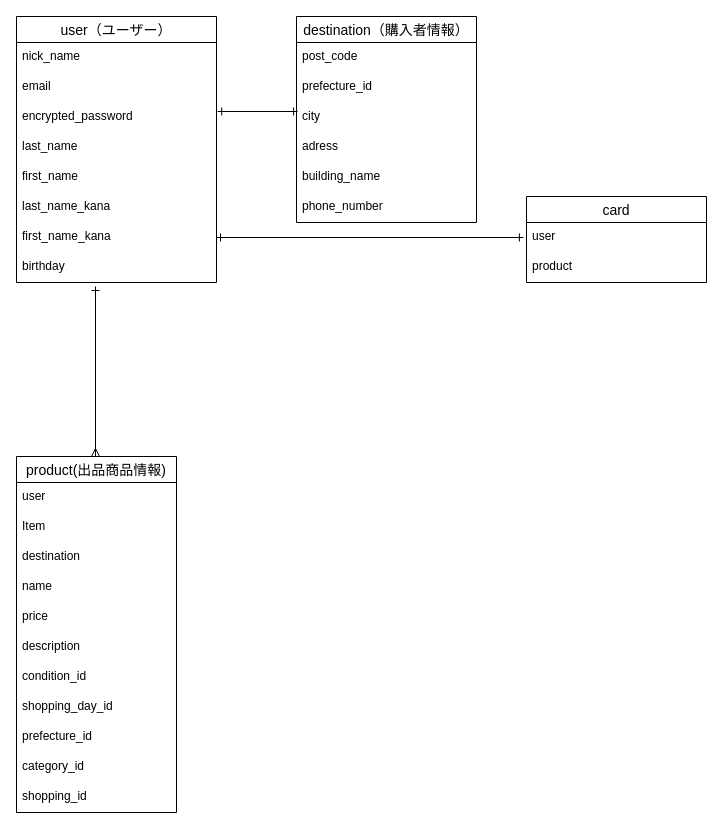
This is Furima.dio from yk-kasshi/furima-39089, a draw.io file, before an edit. Source tidied: cells renumbered, new cells numbered last; positions are measured from the earlier drawing's top-left corner, leaving out a move shared by most shapes. Both pictures are drawn from the tidied source at 100%, with x=0, y=0 at pixel (16, 16).
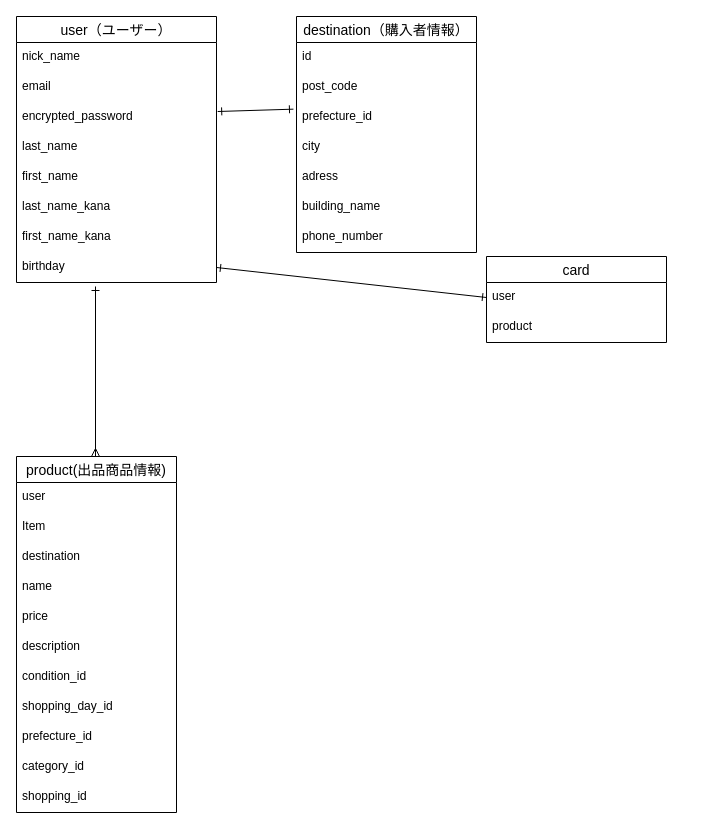
The same diagram, later.

Commit message (it also covers changes not shown here):
データベース設計の修正７

The change refers to these unchanged cells:
```xml
<mxCell id="5" value="encrypted_password" style="text;strokeColor=none;fillColor=none;spacingLeft=4;spacingRight=4;overflow=hidden;points=[[0,0.5],[1,0.5]];portConstraint=eastwest;fontSize=12;rounded=0;" parent="2" vertex="1">
  <mxGeometry y="86" width="200" height="30" as="geometry" />
</mxCell>
<mxCell id="9" value="first_name_kana" style="text;strokeColor=none;fillColor=none;spacingLeft=4;spacingRight=4;overflow=hidden;points=[[0,0.5],[1,0.5]];portConstraint=eastwest;fontSize=12;" parent="2" vertex="1">
  <mxGeometry y="206" width="200" height="30" as="geometry" />
</mxCell>
<mxCell id="10" value="birthday" style="text;strokeColor=none;fillColor=none;spacingLeft=4;spacingRight=4;overflow=hidden;points=[[0,0.5],[1,0.5]];portConstraint=eastwest;fontSize=12;rounded=0;" parent="2" vertex="1">
  <mxGeometry y="236" width="200" height="30" as="geometry" />
</mxCell>
<mxCell id="33" value="user" style="text;strokeColor=none;fillColor=none;spacingLeft=4;spacingRight=4;overflow=hidden;points=[[0,0.5],[1,0.5]];portConstraint=eastwest;fontSize=12;" parent="32" vertex="1">
  <mxGeometry y="26" width="180" height="30" as="geometry" />
</mxCell>
```

What changed in the source:
```diff
@@
     <mxCell id="24" value="destination（購入者情報）" style="swimlane;fontStyle=0;horizontal=1;startSize=26;align=center;fontSize=14;rounded=0;" parent="1" vertex="1">
-      <mxGeometry x="280" width="180" height="206" as="geometry" />
+      <mxGeometry x="280" width="180" height="236" as="geometry" />
     </mxCell>
+    <mxCell id="36" value="id" style="text;strokeColor=none;fillColor=none;spacingLeft=4;spacingRight=4;overflow=hidden;fontSize=12;" parent="24" vertex="1">
+      <mxGeometry y="26" width="180" height="30" as="geometry" />
+    </mxCell>
     <mxCell id="25" value="post_code" style="text;strokeColor=none;fillColor=none;spacingLeft=4;spacingRight=4;overflow=hidden;fontSize=12;rounded=0;" parent="24" vertex="1">
-      <mxGeometry y="26" width="180" height="30" as="geometry" />
+      <mxGeometry y="56" width="180" height="30" as="geometry" />
     </mxCell>
     <mxCell id="26" value="prefecture_id" style="text;strokeColor=none;fillColor=none;spacingLeft=4;spacingRight=4;overflow=hidden;points=[[0,0.5],[1,0.5]];portConstraint=eastwest;fontSize=12;rounded=0;" parent="24" vertex="1">
-      <mxGeometry y="56" width="180" height="30" as="geometry" />
+      <mxGeometry y="86" width="180" height="30" as="geometry" />
     </mxCell>
     <mxCell id="27" value="city" style="text;strokeColor=none;fillColor=none;spacingLeft=4;spacingRight=4;overflow=hidden;points=[[0,0.5],[1,0.5]];portConstraint=eastwest;fontSize=12;rounded=0;" parent="24" vertex="1">
-      <mxGeometry y="86" width="180" height="30" as="geometry" />
+      <mxGeometry y="116" width="180" height="30" as="geometry" />
     </mxCell>
     <mxCell id="28" value="adress" style="text;strokeColor=none;fillColor=none;spacingLeft=4;spacingRight=4;overflow=hidden;fontSize=12;rounded=0;" parent="24" vertex="1">
-      <mxGeometry y="116" width="180" height="30" as="geometry" />
+      <mxGeometry y="146" width="180" height="30" as="geometry" />
     </mxCell>
     <mxCell id="29" value="building_name" style="text;strokeColor=none;fillColor=none;spacingLeft=4;spacingRight=4;overflow=hidden;fontSize=12;rounded=0;" parent="24" vertex="1">
-      <mxGeometry y="146" width="180" height="30" as="geometry" />
+      <mxGeometry y="176" width="180" height="30" as="geometry" />
     </mxCell>
     <mxCell id="30" value="phone_number" style="text;strokeColor=none;fillColor=none;spacingLeft=4;spacingRight=4;overflow=hidden;fontSize=12;rounded=0;" parent="24" vertex="1">
-      <mxGeometry y="176" width="180" height="30" as="geometry" />
+      <mxGeometry y="206" width="180" height="30" as="geometry" />
     </mxCell>
-    <mxCell id="31" style="edgeStyle=none;html=1;exitX=1.006;exitY=0.3;exitDx=0;exitDy=0;entryX=0.006;entryY=0.3;entryDx=0;entryDy=0;entryPerimeter=0;startArrow=ERone;startFill=0;endArrow=ERone;endFill=0;exitPerimeter=0;" parent="1" edge="1" source="5" target="27">
+    <mxCell id="31" style="edgeStyle=none;html=1;exitX=1.006;exitY=0.3;exitDx=0;exitDy=0;entryX=-0.017;entryY=0.222;entryDx=0;entryDy=0;startArrow=ERone;startFill=0;endArrow=ERone;endFill=0;exitPerimeter=0;entryPerimeter=0;" parent="1" edge="1" source="5" target="26">
       <mxGeometry relative="1" as="geometry" />
     </mxCell>
     <mxCell id="32" value="card" style="swimlane;fontStyle=0;horizontal=1;startSize=26;align=center;fontSize=14;strokeColor=default;" parent="1" vertex="1">
-      <mxGeometry x="510" y="180" width="180" height="86" as="geometry" />
+      <mxGeometry x="470" y="240" width="180" height="86" as="geometry" />
     </mxCell>
@@
-    <mxCell id="35" style="edgeStyle=none;html=1;exitX=1;exitY=0.5;exitDx=0;exitDy=0;entryX=-0.017;entryY=0.167;entryDx=0;entryDy=0;entryPerimeter=0;startArrow=ERone;startFill=0;endArrow=ERone;endFill=0;" parent="1" edge="1" source="9">
-      <mxGeometry relative="1" as="geometry">
-        <mxPoint x="506.9" y="221" as="targetPoint" />
-      </mxGeometry>
+    <mxCell id="35" style="edgeStyle=none;html=1;exitX=1;exitY=0.5;exitDx=0;exitDy=0;entryX=0;entryY=0.5;entryDx=0;entryDy=0;startArrow=ERone;startFill=0;endArrow=ERone;endFill=0;" parent="1" edge="1" source="10" target="33">
+      <mxGeometry relative="1" as="geometry" />
     </mxCell>
```
